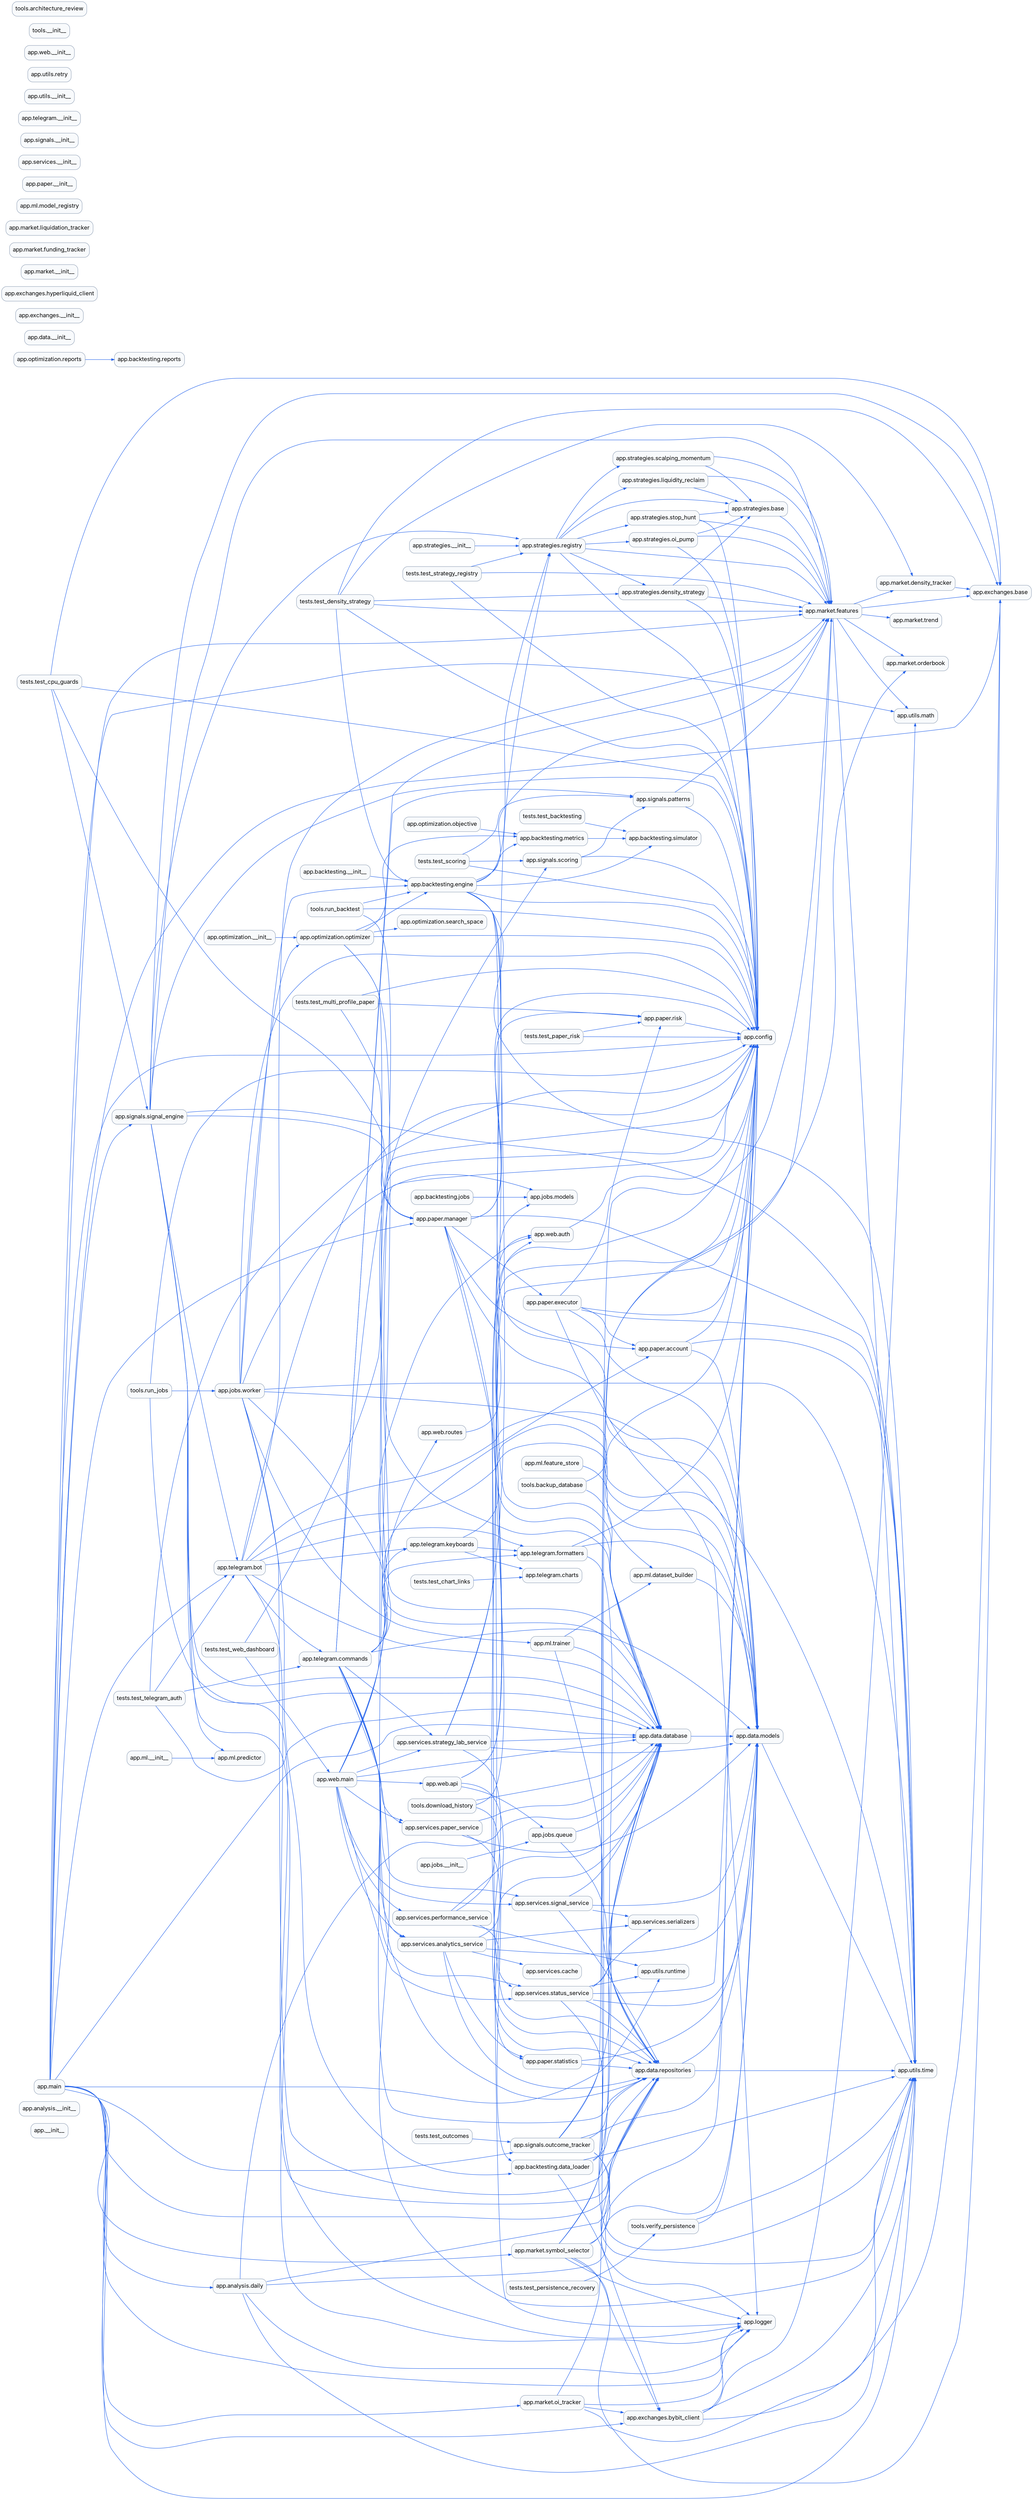
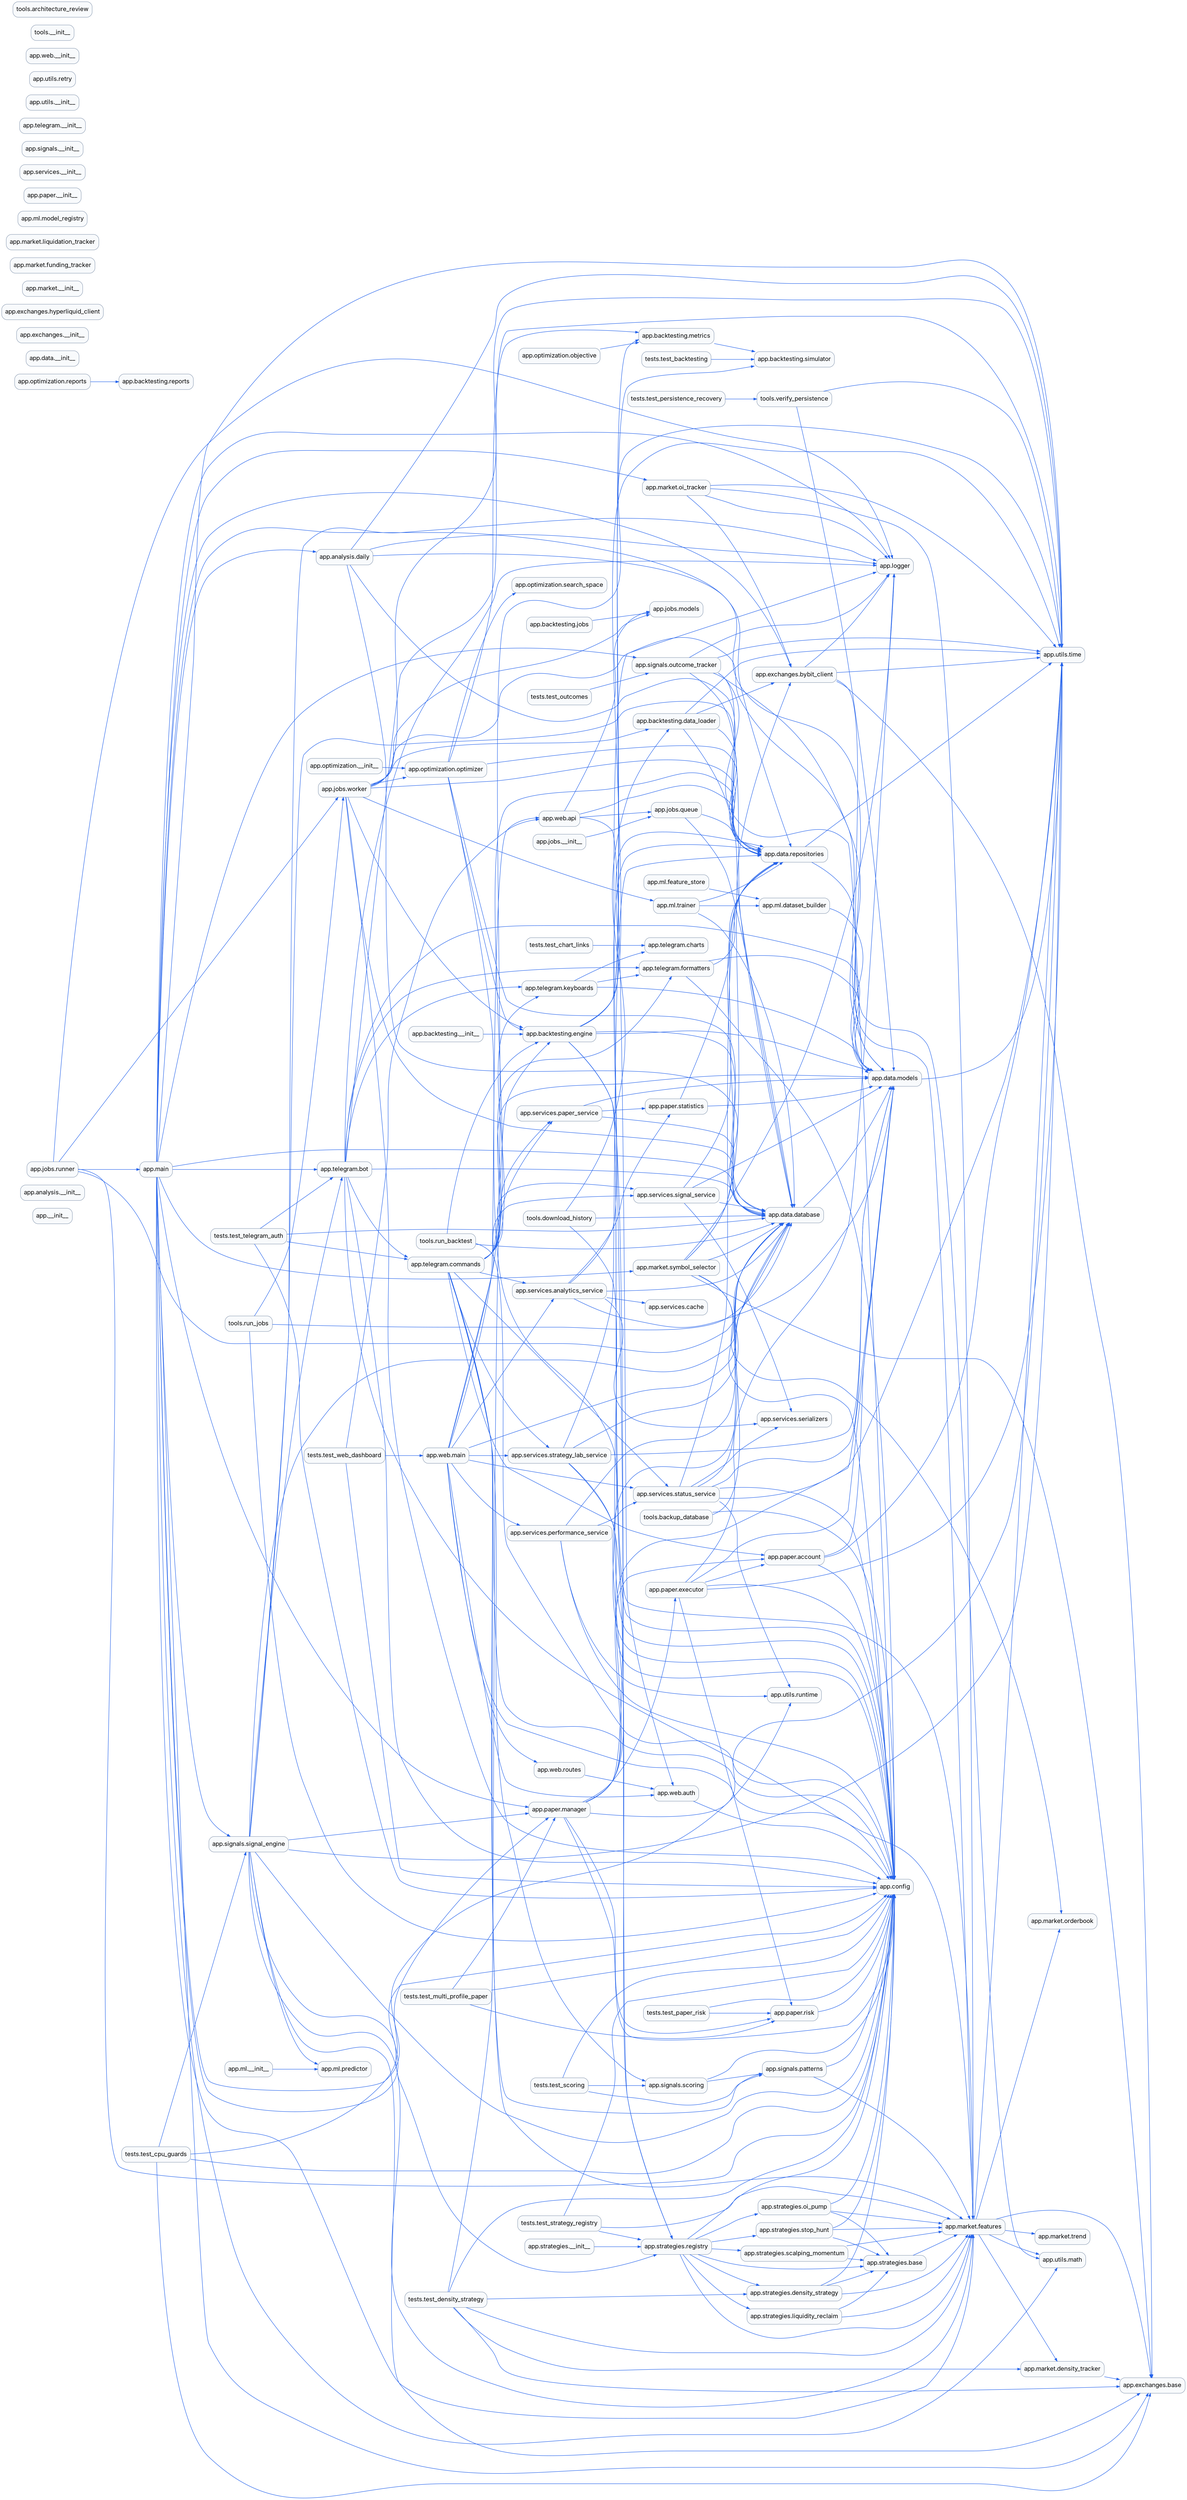
digraph imports {
  graph [rankdir=LR, bgcolor="white", splines=true];
  node [shape=box, style="rounded,filled", fillcolor="#f8fafc", color="#94a3b8", fontname="Inter"];
  edge [color="#2563eb", arrowsize=0.7];
  "app.__init__";
  "app.analysis.__init__";
  "app.analysis.daily";
  "app.backtesting.__init__";
  "app.backtesting.data_loader";
  "app.backtesting.engine";
  "app.backtesting.jobs";
  "app.backtesting.metrics";
  "app.backtesting.reports";
  "app.backtesting.simulator";
  "app.config";
  "app.data.__init__";
  "app.data.database";
  "app.data.models";
  "app.data.repositories";
  "app.exchanges.__init__";
  "app.exchanges.base";
  "app.exchanges.bybit_client";
  "app.exchanges.hyperliquid_client";
  "app.jobs.__init__";
  "app.jobs.models";
  "app.jobs.queue";
+   "app.jobs.runner";
  "app.jobs.worker";
  "app.logger";
  "app.main";
  "app.market.__init__";
  "app.market.density_tracker";
  "app.market.features";
  "app.market.funding_tracker";
  "app.market.liquidation_tracker";
  "app.market.oi_tracker";
  "app.market.orderbook";
  "app.market.symbol_selector";
  "app.market.trend";
  "app.ml.__init__";
  "app.ml.dataset_builder";
  "app.ml.feature_store";
  "app.ml.model_registry";
  "app.ml.predictor";
  "app.ml.trainer";
  "app.optimization.__init__";
  "app.optimization.objective";
  "app.optimization.optimizer";
  "app.optimization.reports";
  "app.optimization.search_space";
  "app.paper.__init__";
  "app.paper.account";
  "app.paper.executor";
  "app.paper.manager";
  "app.paper.risk";
  "app.paper.statistics";
  "app.services.__init__";
  "app.services.analytics_service";
  "app.services.cache";
  "app.services.paper_service";
  "app.services.performance_service";
  "app.services.serializers";
  "app.services.signal_service";
  "app.services.status_service";
  "app.services.strategy_lab_service";
  "app.signals.__init__";
  "app.signals.outcome_tracker";
  "app.signals.patterns";
  "app.signals.scoring";
  "app.signals.signal_engine";
  "app.strategies.__init__";
  "app.strategies.base";
  "app.strategies.density_strategy";
  "app.strategies.liquidity_reclaim";
  "app.strategies.oi_pump";
  "app.strategies.registry";
  "app.strategies.scalping_momentum";
  "app.strategies.stop_hunt";
  "app.telegram.__init__";
  "app.telegram.bot";
  "app.telegram.charts";
  "app.telegram.commands";
  "app.telegram.formatters";
  "app.telegram.keyboards";
  "app.utils.__init__";
  "app.utils.math";
  "app.utils.retry";
  "app.utils.runtime";
  "app.utils.time";
  "app.web.__init__";
  "app.web.api";
  "app.web.auth";
  "app.web.main";
  "app.web.routes";
  "tests.test_backtesting";
  "tests.test_chart_links";
  "tests.test_cpu_guards";
  "tests.test_density_strategy";
  "tests.test_multi_profile_paper";
  "tests.test_outcomes";
  "tests.test_paper_risk";
  "tests.test_persistence_recovery";
  "tests.test_scoring";
  "tests.test_strategy_registry";
  "tests.test_telegram_auth";
  "tests.test_web_dashboard";
  "tools.__init__";
  "tools.architecture_review";
  "tools.backup_database";
  "tools.download_history";
  "tools.run_backtest";
  "tools.run_jobs";
  "tools.verify_persistence";
  "app.analysis.daily" -> "app.data.database";
  "app.analysis.daily" -> "app.data.models";
  "app.analysis.daily" -> "app.data.repositories";
  "app.analysis.daily" -> "app.logger";
  "app.analysis.daily" -> "app.utils.time";
  "app.backtesting.__init__" -> "app.backtesting.engine";
  "app.backtesting.data_loader" -> "app.data.database";
  "app.backtesting.data_loader" -> "app.data.repositories";
  "app.backtesting.data_loader" -> "app.exchanges.bybit_client";
  "app.backtesting.data_loader" -> "app.utils.time";
  "app.backtesting.engine" -> "app.backtesting.metrics";
  "app.backtesting.engine" -> "app.backtesting.simulator";
  "app.backtesting.engine" -> "app.config";
  "app.backtesting.engine" -> "app.data.database";
  "app.backtesting.engine" -> "app.data.models";
  "app.backtesting.engine" -> "app.data.repositories";
  "app.backtesting.engine" -> "app.market.features";
  "app.backtesting.engine" -> "app.strategies.registry";
  "app.backtesting.engine" -> "app.utils.time";
  "app.backtesting.jobs" -> "app.jobs.models";
  "app.backtesting.metrics" -> "app.backtesting.simulator";
  "app.data.database" -> "app.data.models";
  "app.data.models" -> "app.utils.time";
  "app.data.repositories" -> "app.data.models";
  "app.data.repositories" -> "app.utils.time";
  "app.exchanges.bybit_client" -> "app.exchanges.base";
  "app.exchanges.bybit_client" -> "app.logger";
  "app.exchanges.bybit_client" -> "app.utils.math";
  "app.exchanges.bybit_client" -> "app.utils.time";
  "app.jobs.__init__" -> "app.jobs.queue";
  "app.jobs.queue" -> "app.data.database";
  "app.jobs.queue" -> "app.data.repositories";
+   "app.jobs.runner" -> "app.config";
+   "app.jobs.runner" -> "app.data.database";
+   "app.jobs.runner" -> "app.jobs.worker";
+   "app.jobs.runner" -> "app.logger";
+   "app.jobs.runner" -> "app.main";
  "app.jobs.worker" -> "app.backtesting.data_loader";
  "app.jobs.worker" -> "app.backtesting.engine";
  "app.jobs.worker" -> "app.config";
  "app.jobs.worker" -> "app.data.database";
  "app.jobs.worker" -> "app.data.models";
  "app.jobs.worker" -> "app.data.repositories";
  "app.jobs.worker" -> "app.jobs.models";
  "app.jobs.worker" -> "app.ml.trainer";
  "app.jobs.worker" -> "app.optimization.optimizer";
  "app.jobs.worker" -> "app.utils.time";
  "app.main" -> "app.analysis.daily";
  "app.main" -> "app.config";
  "app.main" -> "app.data.database";
  "app.main" -> "app.data.repositories";
  "app.main" -> "app.exchanges.base";
  "app.main" -> "app.exchanges.bybit_client";
  "app.main" -> "app.logger";
  "app.main" -> "app.market.features";
  "app.main" -> "app.market.oi_tracker";
  "app.main" -> "app.market.symbol_selector";
  "app.main" -> "app.paper.manager";
  "app.main" -> "app.signals.outcome_tracker";
  "app.main" -> "app.signals.signal_engine";
  "app.main" -> "app.telegram.bot";
  "app.main" -> "app.utils.math";
  "app.main" -> "app.utils.runtime";
  "app.main" -> "app.utils.time";
  "app.market.density_tracker" -> "app.exchanges.base";
  "app.market.features" -> "app.exchanges.base";
  "app.market.features" -> "app.market.density_tracker";
  "app.market.features" -> "app.market.orderbook";
  "app.market.features" -> "app.market.trend";
  "app.market.features" -> "app.utils.math";
  "app.market.features" -> "app.utils.time";
  "app.market.oi_tracker" -> "app.exchanges.bybit_client";
  "app.market.oi_tracker" -> "app.logger";
  "app.market.oi_tracker" -> "app.market.features";
  "app.market.oi_tracker" -> "app.utils.time";
  "app.market.symbol_selector" -> "app.config";
  "app.market.symbol_selector" -> "app.data.database";
  "app.market.symbol_selector" -> "app.data.repositories";
  "app.market.symbol_selector" -> "app.exchanges.base";
  "app.market.symbol_selector" -> "app.exchanges.bybit_client";
  "app.market.symbol_selector" -> "app.logger";
  "app.market.symbol_selector" -> "app.market.orderbook";
  "app.ml.__init__" -> "app.ml.predictor";
  "app.ml.dataset_builder" -> "app.data.models";
  "app.ml.feature_store" -> "app.ml.dataset_builder";
  "app.ml.trainer" -> "app.data.database";
  "app.ml.trainer" -> "app.data.repositories";
  "app.ml.trainer" -> "app.ml.dataset_builder";
  "app.optimization.__init__" -> "app.optimization.optimizer";
  "app.optimization.objective" -> "app.backtesting.metrics";
  "app.optimization.optimizer" -> "app.backtesting.engine";
  "app.optimization.optimizer" -> "app.backtesting.metrics";
  "app.optimization.optimizer" -> "app.config";
  "app.optimization.optimizer" -> "app.data.database";
  "app.optimization.optimizer" -> "app.data.repositories";
  "app.optimization.optimizer" -> "app.optimization.search_space";
  "app.optimization.reports" -> "app.backtesting.reports";
  "app.paper.account" -> "app.config";
  "app.paper.account" -> "app.data.models";
  "app.paper.account" -> "app.utils.time";
  "app.paper.executor" -> "app.config";
  "app.paper.executor" -> "app.data.models";
  "app.paper.executor" -> "app.logger";
  "app.paper.executor" -> "app.paper.account";
  "app.paper.executor" -> "app.paper.risk";
  "app.paper.executor" -> "app.utils.time";
  "app.paper.manager" -> "app.config";
  "app.paper.manager" -> "app.data.database";
  "app.paper.manager" -> "app.data.models";
  "app.paper.manager" -> "app.logger";
  "app.paper.manager" -> "app.paper.account";
  "app.paper.manager" -> "app.paper.executor";
  "app.paper.manager" -> "app.paper.risk";
  "app.paper.manager" -> "app.utils.time";
  "app.paper.risk" -> "app.config";
  "app.paper.statistics" -> "app.data.models";
  "app.paper.statistics" -> "app.data.repositories";
  "app.services.analytics_service" -> "app.data.database";
  "app.services.analytics_service" -> "app.data.models";
  "app.services.analytics_service" -> "app.data.repositories";
  "app.services.analytics_service" -> "app.paper.statistics";
  "app.services.analytics_service" -> "app.services.cache";
  "app.services.analytics_service" -> "app.services.serializers";
  "app.services.paper_service" -> "app.data.database";
  "app.services.paper_service" -> "app.data.models";
  "app.services.paper_service" -> "app.paper.statistics";
  "app.services.performance_service" -> "app.config";
  "app.services.performance_service" -> "app.data.database";
  "app.services.performance_service" -> "app.services.status_service";
  "app.services.performance_service" -> "app.utils.runtime";
  "app.services.signal_service" -> "app.data.database";
  "app.services.signal_service" -> "app.data.models";
  "app.services.signal_service" -> "app.data.repositories";
  "app.services.signal_service" -> "app.services.serializers";
  "app.services.status_service" -> "app.config";
  "app.services.status_service" -> "app.data.database";
  "app.services.status_service" -> "app.data.models";
  "app.services.status_service" -> "app.data.repositories";
  "app.services.status_service" -> "app.services.serializers";
  "app.services.status_service" -> "app.utils.runtime";
  "app.services.status_service" -> "app.utils.time";
  "app.services.strategy_lab_service" -> "app.config";
  "app.services.strategy_lab_service" -> "app.data.database";
  "app.services.strategy_lab_service" -> "app.data.models";
  "app.services.strategy_lab_service" -> "app.data.repositories";
  "app.services.strategy_lab_service" -> "app.strategies.registry";
  "app.signals.outcome_tracker" -> "app.config";
  "app.signals.outcome_tracker" -> "app.data.database";
  "app.signals.outcome_tracker" -> "app.data.repositories";
  "app.signals.outcome_tracker" -> "app.logger";
  "app.signals.outcome_tracker" -> "app.market.features";
  "app.signals.outcome_tracker" -> "app.utils.time";
  "app.signals.patterns" -> "app.config";
  "app.signals.patterns" -> "app.market.features";
  "app.signals.scoring" -> "app.config";
  "app.signals.scoring" -> "app.signals.patterns";
  "app.signals.signal_engine" -> "app.config";
  "app.signals.signal_engine" -> "app.data.database";
  "app.signals.signal_engine" -> "app.data.repositories";
  "app.signals.signal_engine" -> "app.exchanges.base";
  "app.signals.signal_engine" -> "app.logger";
  "app.signals.signal_engine" -> "app.market.features";
  "app.signals.signal_engine" -> "app.ml.predictor";
  "app.signals.signal_engine" -> "app.paper.manager";
  "app.signals.signal_engine" -> "app.strategies.registry";
  "app.signals.signal_engine" -> "app.telegram.bot";
  "app.signals.signal_engine" -> "app.utils.time";
  "app.strategies.__init__" -> "app.strategies.registry";
  "app.strategies.base" -> "app.market.features";
  "app.strategies.density_strategy" -> "app.config";
  "app.strategies.density_strategy" -> "app.market.features";
  "app.strategies.density_strategy" -> "app.strategies.base";
  "app.strategies.liquidity_reclaim" -> "app.market.features";
  "app.strategies.liquidity_reclaim" -> "app.strategies.base";
  "app.strategies.oi_pump" -> "app.config";
  "app.strategies.oi_pump" -> "app.market.features";
  "app.strategies.oi_pump" -> "app.strategies.base";
  "app.strategies.registry" -> "app.config";
  "app.strategies.registry" -> "app.market.features";
  "app.strategies.registry" -> "app.strategies.base";
  "app.strategies.registry" -> "app.strategies.density_strategy";
  "app.strategies.registry" -> "app.strategies.liquidity_reclaim";
  "app.strategies.registry" -> "app.strategies.oi_pump";
  "app.strategies.registry" -> "app.strategies.scalping_momentum";
  "app.strategies.registry" -> "app.strategies.stop_hunt";
  "app.strategies.scalping_momentum" -> "app.market.features";
  "app.strategies.scalping_momentum" -> "app.strategies.base";
  "app.strategies.stop_hunt" -> "app.config";
  "app.strategies.stop_hunt" -> "app.market.features";
  "app.strategies.stop_hunt" -> "app.strategies.base";
  "app.telegram.bot" -> "app.config";
  "app.telegram.bot" -> "app.data.database";
  "app.telegram.bot" -> "app.data.models";
  "app.telegram.bot" -> "app.logger";
  "app.telegram.bot" -> "app.market.features";
  "app.telegram.bot" -> "app.telegram.commands";
  "app.telegram.bot" -> "app.telegram.formatters";
  "app.telegram.bot" -> "app.telegram.keyboards";
  "app.telegram.bot" -> "app.utils.time";
  "app.telegram.commands" -> "app.config";
  "app.telegram.commands" -> "app.data.models";
  "app.telegram.commands" -> "app.data.repositories";
  "app.telegram.commands" -> "app.market.features";
  "app.telegram.commands" -> "app.paper.account";
  "app.telegram.commands" -> "app.services.analytics_service";
  "app.telegram.commands" -> "app.services.paper_service";
  "app.telegram.commands" -> "app.services.signal_service";
  "app.telegram.commands" -> "app.services.status_service";
  "app.telegram.commands" -> "app.services.strategy_lab_service";
  "app.telegram.commands" -> "app.signals.patterns";
  "app.telegram.commands" -> "app.signals.scoring";
  "app.telegram.commands" -> "app.telegram.formatters";
  "app.telegram.commands" -> "app.telegram.keyboards";
  "app.telegram.commands" -> "app.utils.time";
  "app.telegram.formatters" -> "app.config";
  "app.telegram.formatters" -> "app.data.models";
  "app.telegram.formatters" -> "app.data.repositories";
  "app.telegram.keyboards" -> "app.data.models";
  "app.telegram.keyboards" -> "app.telegram.charts";
  "app.telegram.keyboards" -> "app.telegram.formatters";
  "app.web.api" -> "app.data.repositories";
  "app.web.api" -> "app.jobs.models";
  "app.web.api" -> "app.jobs.queue";
  "app.web.api" -> "app.web.auth";
  "app.web.auth" -> "app.config";
  "app.web.main" -> "app.config";
  "app.web.main" -> "app.data.database";
  "app.web.main" -> "app.services.analytics_service";
  "app.web.main" -> "app.services.paper_service";
  "app.web.main" -> "app.services.performance_service";
  "app.web.main" -> "app.services.signal_service";
  "app.web.main" -> "app.services.status_service";
  "app.web.main" -> "app.services.strategy_lab_service";
  "app.web.main" -> "app.web.api";
  "app.web.main" -> "app.web.auth";
  "app.web.main" -> "app.web.routes";
  "app.web.routes" -> "app.web.auth";
  "tests.test_backtesting" -> "app.backtesting.simulator";
  "tests.test_chart_links" -> "app.telegram.charts";
  "tests.test_cpu_guards" -> "app.config";
  "tests.test_cpu_guards" -> "app.exchanges.base";
  "tests.test_cpu_guards" -> "app.paper.manager";
  "tests.test_cpu_guards" -> "app.signals.signal_engine";
  "tests.test_density_strategy" -> "app.backtesting.engine";
  "tests.test_density_strategy" -> "app.config";
  "tests.test_density_strategy" -> "app.exchanges.base";
  "tests.test_density_strategy" -> "app.market.density_tracker";
  "tests.test_density_strategy" -> "app.market.features";
  "tests.test_density_strategy" -> "app.strategies.density_strategy";
  "tests.test_multi_profile_paper" -> "app.config";
  "tests.test_multi_profile_paper" -> "app.paper.manager";
  "tests.test_multi_profile_paper" -> "app.paper.risk";
  "tests.test_outcomes" -> "app.signals.outcome_tracker";
  "tests.test_paper_risk" -> "app.config";
  "tests.test_paper_risk" -> "app.paper.risk";
  "tests.test_persistence_recovery" -> "tools.verify_persistence";
  "tests.test_scoring" -> "app.config";
  "tests.test_scoring" -> "app.signals.patterns";
  "tests.test_scoring" -> "app.signals.scoring";
  "tests.test_strategy_registry" -> "app.config";
  "tests.test_strategy_registry" -> "app.market.features";
  "tests.test_strategy_registry" -> "app.strategies.registry";
  "tests.test_telegram_auth" -> "app.config";
  "tests.test_telegram_auth" -> "app.data.database";
  "tests.test_telegram_auth" -> "app.telegram.bot";
  "tests.test_telegram_auth" -> "app.telegram.commands";
  "tests.test_web_dashboard" -> "app.config";
+   "tests.test_web_dashboard" -> "app.web.api";
  "tests.test_web_dashboard" -> "app.web.main";
  "tools.backup_database" -> "app.config";
  "tools.backup_database" -> "app.data.database";
  "tools.download_history" -> "app.backtesting.data_loader";
  "tools.download_history" -> "app.config";
  "tools.download_history" -> "app.data.database";
  "tools.run_backtest" -> "app.backtesting.engine";
  "tools.run_backtest" -> "app.config";
  "tools.run_backtest" -> "app.data.database";
  "tools.run_jobs" -> "app.config";
  "tools.run_jobs" -> "app.data.database";
  "tools.run_jobs" -> "app.jobs.worker";
  "tools.verify_persistence" -> "app.data.models";
  "tools.verify_persistence" -> "app.utils.time";
}
